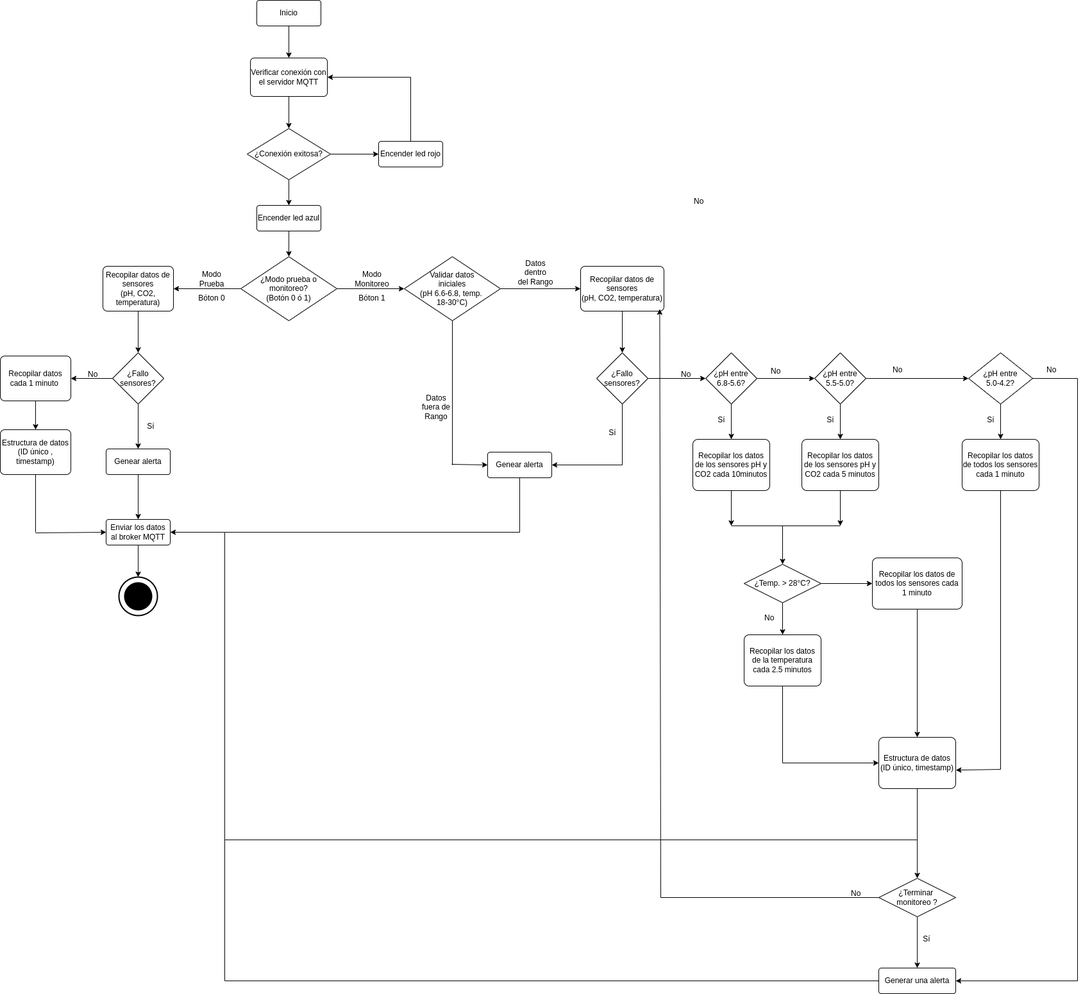
The draw.io diagram UML/Modulo1/Diseno/diagrama.drawio.png in miicxitl-kin/Proyecto-Terminal-1-y-2, before a commit. Source tidied: cells renumbered, new cells last; positions are measured from the earlier drawing's top-left corner, leaving out a move shared by most shapes.
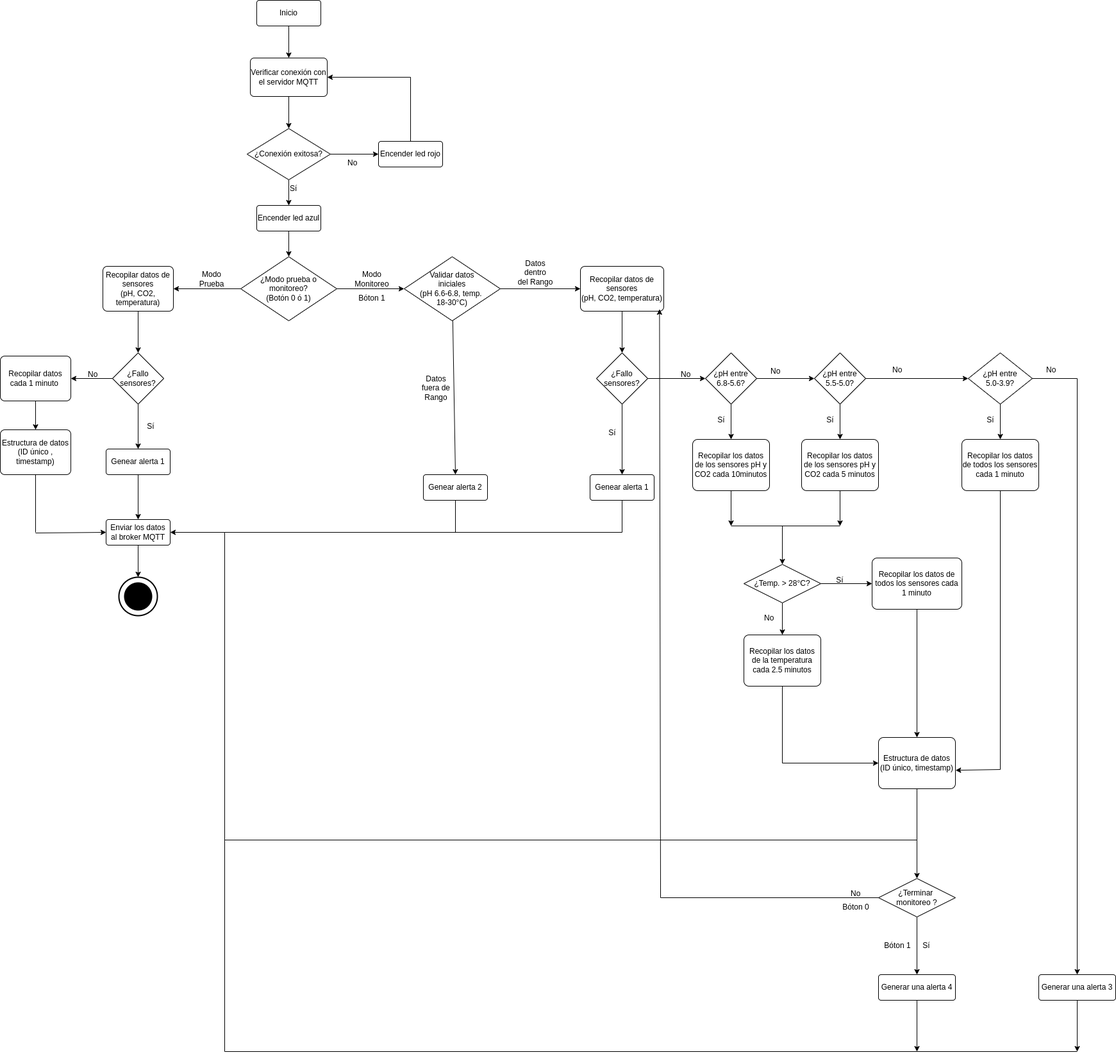
Later version of the same file.

The edit, as a diff of the source:
```diff
@@ -66,7 +66,7 @@
       <mxGeometry x="300" y="420" width="60" height="30" as="geometry" />
     </mxCell>
     <mxCell id="21" value="Bóton 0" style="text;html=1;align=center;verticalAlign=middle;whiteSpace=wrap;rounded=0;" parent="1" vertex="1">
-      <mxGeometry x="300" y="450" width="60" height="30" as="geometry" />
+      <mxGeometry x="1305" y="1400" width="60" height="30" as="geometry" />
     </mxCell>
     <mxCell id="22" value="Estructura de datos&lt;div&gt;&lt;font style=&quot;color: rgb(0, 0, 0);&quot;&gt;(ID único , timestamp)&lt;/font&gt;&lt;/div&gt;" style="rounded=1;arcSize=10;whiteSpace=wrap;html=1;align=center;" parent="1" vertex="1">
       <mxGeometry y="670" width="110" height="70" as="geometry" />
@@ -83,7 +83,7 @@
     <mxCell id="26" style="edgeStyle=none;html=1;entryX=0.5;entryY=0;entryDx=0;entryDy=0;" parent="1" edge="1" source="27" target="31">
       <mxGeometry relative="1" as="geometry" />
     </mxCell>
-    <mxCell id="27" value="Genear alerta" style="rounded=1;arcSize=10;whiteSpace=wrap;html=1;align=center;" parent="1" vertex="1">
+    <mxCell id="27" value="Genear alerta 1" style="rounded=1;arcSize=10;whiteSpace=wrap;html=1;align=center;" parent="1" vertex="1">
       <mxGeometry x="165" y="700" width="100" height="40" as="geometry" />
     </mxCell>
     <mxCell id="28" style="edgeStyle=none;html=1;entryX=0.5;entryY=0;entryDx=0;entryDy=0;" parent="1" edge="1" source="29" target="22">
@@ -126,6 +126,9 @@
     <mxCell id="39" style="edgeStyle=none;html=1;entryX=0;entryY=0.5;entryDx=0;entryDy=0;" parent="1" edge="1" source="40" target="42">
       <mxGeometry relative="1" as="geometry" />
     </mxCell>
+    <mxCell id="105" style="edgeStyle=none;html=1;entryX=0.5;entryY=0;entryDx=0;entryDy=0;" parent="1" edge="1" source="40" target="47">
+      <mxGeometry relative="1" as="geometry" />
+    </mxCell>
     <mxCell id="40" value="&lt;span style=&quot;color: rgb(0, 0, 0);&quot;&gt;Validar datos&lt;/span&gt;&lt;div&gt;&lt;span style=&quot;color: rgb(0, 0, 0);&quot;&gt;&amp;nbsp;iniciales&amp;nbsp;&lt;/span&gt;&lt;/div&gt;&lt;div&gt;&lt;span style=&quot;color: rgb(0, 0, 0);&quot;&gt;(pH 6.6-6.8,&amp;nbsp;&lt;/span&gt;&lt;span style=&quot;background-color: transparent;&quot;&gt;&lt;font style=&quot;color: rgb(0, 0, 0);&quot;&gt;temp&lt;/font&gt;.&amp;nbsp;&lt;/span&gt;&lt;/div&gt;&lt;div&gt;&lt;span style=&quot;color: rgb(0, 0, 0);&quot;&gt;18-30°C)&lt;/span&gt;&lt;/div&gt;" style="shape=rhombus;perimeter=rhombusPerimeter;whiteSpace=wrap;html=1;align=center;" parent="1" vertex="1">
       <mxGeometry x="630" y="400" width="150" height="100" as="geometry" />
     </mxCell>
@@ -136,7 +139,7 @@
       <mxGeometry x="905" y="415" width="130" height="70" as="geometry" />
     </mxCell>
     <mxCell id="43" value="&lt;font style=&quot;color: rgb(0, 0, 0);&quot;&gt;Datos&lt;/font&gt;&lt;div&gt;&lt;font style=&quot;color: rgb(0, 0, 0);&quot;&gt;fuera de Rango&lt;/font&gt;&lt;/div&gt;" style="text;html=1;align=center;verticalAlign=middle;whiteSpace=wrap;rounded=0;" parent="1" vertex="1">
-      <mxGeometry x="650" y="620" width="60" height="30" as="geometry" />
+      <mxGeometry x="650" y="590" width="60" height="30" as="geometry" />
     </mxCell>
     <mxCell id="44" value="&lt;font style=&quot;color: rgb(0, 0, 0);&quot;&gt;Datos&lt;/font&gt;&lt;div&gt;&lt;font style=&quot;color: rgb(0, 0, 0);&quot;&gt;dentro&lt;/font&gt;&lt;/div&gt;&lt;div&gt;&lt;font style=&quot;color: rgb(0, 0, 0);&quot;&gt;del Rango&lt;/font&gt;&lt;/div&gt;" style="text;html=1;align=center;verticalAlign=middle;whiteSpace=wrap;rounded=0;" parent="1" vertex="1">
       <mxGeometry x="790" y="410" width="90" height="30" as="geometry" />
@@ -144,11 +147,14 @@
     <mxCell id="45" style="edgeStyle=none;html=1;entryX=0;entryY=0.5;entryDx=0;entryDy=0;" parent="1" edge="1" source="46" target="51">
       <mxGeometry relative="1" as="geometry" />
     </mxCell>
+    <mxCell id="106" style="edgeStyle=none;html=1;" parent="1" edge="1" source="46" target="110">
+      <mxGeometry relative="1" as="geometry" />
+    </mxCell>
     <mxCell id="46" value="¿Fallo sensores?" style="rhombus;whiteSpace=wrap;html=1;" parent="1" vertex="1">
       <mxGeometry x="930" y="550" width="80" height="80" as="geometry" />
     </mxCell>
-    <mxCell id="47" value="Genear alerta" style="rounded=1;arcSize=10;whiteSpace=wrap;html=1;align=center;" parent="1" vertex="1">
-      <mxGeometry x="760" y="705" width="100" height="40" as="geometry" />
+    <mxCell id="47" value="Genear alerta 2" style="rounded=1;arcSize=10;whiteSpace=wrap;html=1;align=center;" parent="1" vertex="1">
+      <mxGeometry x="660" y="740" width="100" height="40" as="geometry" />
     </mxCell>
     <mxCell id="48" value="Sí" style="text;html=1;align=center;verticalAlign=middle;whiteSpace=wrap;rounded=0;" parent="1" vertex="1">
       <mxGeometry x="940" y="660" width="30" height="30" as="geometry" />
@@ -174,7 +180,7 @@
     <mxCell id="55" style="edgeStyle=none;html=1;entryX=0.5;entryY=0;entryDx=0;entryDy=0;" parent="1" edge="1" source="56" target="61">
       <mxGeometry relative="1" as="geometry" />
     </mxCell>
-    <mxCell id="56" value="&lt;font style=&quot;color: rgb(0, 0, 0);&quot;&gt;¿pH entre&lt;/font&gt;&lt;div&gt;&lt;font color=&quot;#000000&quot;&gt;5.0-4.2?&lt;/font&gt;&lt;/div&gt;" style="rhombus;whiteSpace=wrap;html=1;" parent="1" vertex="1">
+    <mxCell id="56" value="&lt;font style=&quot;color: rgb(0, 0, 0);&quot;&gt;¿pH entre&lt;/font&gt;&lt;div&gt;&lt;font color=&quot;#000000&quot;&gt;5.0-3.9?&lt;/font&gt;&lt;/div&gt;" style="rhombus;whiteSpace=wrap;html=1;" parent="1" vertex="1">
       <mxGeometry x="1510" y="550" width="100" height="80" as="geometry" />
     </mxCell>
     <mxCell id="57" style="edgeStyle=none;html=1;" parent="1" edge="1" source="58">
@@ -206,7 +212,7 @@
       <mxGeometry x="1530" y="640" width="30" height="30" as="geometry" />
     </mxCell>
     <mxCell id="65" value="&lt;div style=&quot;text-align: center;&quot;&gt;&lt;span style=&quot;background-color: transparent;&quot;&gt;No&lt;/span&gt;&lt;/div&gt;" style="text;whiteSpace=wrap;html=1;" parent="1" vertex="1">
-      <mxGeometry x="1080" y="300" width="40" height="30" as="geometry" />
+      <mxGeometry x="540" y="240" width="30" height="30" as="geometry" />
     </mxCell>
     <mxCell id="66" value="&lt;div style=&quot;text-align: center;&quot;&gt;&lt;span style=&quot;background-color: transparent;&quot;&gt;No&lt;/span&gt;&lt;/div&gt;" style="text;whiteSpace=wrap;html=1;" parent="1" vertex="1">
       <mxGeometry x="1200" y="565" width="40" height="20" as="geometry" />
@@ -244,7 +250,7 @@
       <mxGeometry x="1360" y="870" width="140" height="80" as="geometry" />
     </mxCell>
     <mxCell id="76" value="Sí" style="text;html=1;align=center;verticalAlign=middle;whiteSpace=wrap;rounded=0;" parent="1" vertex="1">
-      <mxGeometry x="1430" y="1450" width="30" height="30" as="geometry" />
+      <mxGeometry x="1430" y="1460" width="30" height="30" as="geometry" />
     </mxCell>
     <mxCell id="77" value="&lt;div style=&quot;text-align: center;&quot;&gt;&lt;span style=&quot;background-color: transparent;&quot;&gt;No&lt;/span&gt;&lt;/div&gt;" style="text;whiteSpace=wrap;html=1;" parent="1" vertex="1">
       <mxGeometry x="1190" y="950" width="40" height="20" as="geometry" />
@@ -275,14 +281,19 @@
         <mxPoint x="1560" y="1200" as="sourcePoint" />
       </mxGeometry>
     </mxCell>
-    <mxCell id="84" style="edgeStyle=none;html=1;entryX=0.5;entryY=0;entryDx=0;entryDy=0;" parent="1" edge="1" source="85" target="86">
-      <mxGeometry relative="1" as="geometry" />
-    </mxCell>
+    <mxCell id="107" style="edgeStyle=none;html=1;entryX=0.5;entryY=0;entryDx=0;entryDy=0;" parent="1" edge="1" source="85" target="115">
+      <mxGeometry relative="1" as="geometry" />
+    </mxCell>
     <mxCell id="85" value="¿Terminar&amp;nbsp;&lt;div&gt;&lt;font style=&quot;color: rgb(0, 0, 0);&quot;&gt;monitoreo&lt;/font&gt; ?&lt;/div&gt;" style="shape=rhombus;perimeter=rhombusPerimeter;whiteSpace=wrap;html=1;align=center;" parent="1" vertex="1">
       <mxGeometry x="1370" y="1370" width="120" height="60" as="geometry" />
     </mxCell>
+    <mxCell id="108" style="edgeStyle=none;html=1;" parent="1" edge="1" source="86">
+      <mxGeometry relative="1" as="geometry">
+        <mxPoint x="1680" y="1640" as="targetPoint" />
+      </mxGeometry>
+    </mxCell>
-    <mxCell id="86" value="Generar una alerta" style="rounded=1;arcSize=10;whiteSpace=wrap;html=1;align=center;" parent="1" vertex="1">
-      <mxGeometry x="1370" y="1510" width="120" height="40" as="geometry" />
+    <mxCell id="86" value="Generar una alerta 3" style="rounded=1;arcSize=10;whiteSpace=wrap;html=1;align=center;" parent="1" vertex="1">
+      <mxGeometry x="1620" y="1520" width="120" height="40" as="geometry" />
     </mxCell>
     <mxCell id="87" value="&lt;div style=&quot;text-align: center;&quot;&gt;&lt;span style=&quot;background-color: transparent;&quot;&gt;No&lt;/span&gt;&lt;/div&gt;" style="text;whiteSpace=wrap;html=1;" parent="1" vertex="1">
       <mxGeometry x="1060" y="570" width="40" height="20" as="geometry" />
@@ -306,14 +317,15 @@
         <mxPoint x="1430" y="1310" as="targetPoint" />
       </mxGeometry>
     </mxCell>
-    <mxCell id="92" style="endArrow=none;html=1;entryX=0;entryY=0.5;entryDx=0;entryDy=0;" parent="1" edge="1" target="86">
+    <mxCell id="92" style="endArrow=none;html=1;" parent="1" edge="1">
       <mxGeometry relative="1" as="geometry">
-        <mxPoint x="350" y="1530" as="sourcePoint" />
+        <mxPoint x="350" y="1640" as="sourcePoint" />
+        <mxPoint x="1680" y="1640" as="targetPoint" />
       </mxGeometry>
     </mxCell>
     <mxCell id="93" style="endArrow=none;html=1;" parent="1" edge="1">
       <mxGeometry relative="1" as="geometry">
-        <mxPoint x="350" y="1530" as="sourcePoint" />
+        <mxPoint x="350" y="1640" as="sourcePoint" />
         <mxPoint x="350" y="830" as="targetPoint" />
       </mxGeometry>
     </mxCell>
@@ -325,52 +337,51 @@
     <mxCell id="95" style="endArrow=none;html=1;" parent="1" edge="1">
       <mxGeometry relative="1" as="geometry">
         <mxPoint x="350" y="830" as="sourcePoint" />
-        <mxPoint x="810" y="830" as="targetPoint" />
+        <mxPoint x="970" y="830" as="targetPoint" />
       </mxGeometry>
     </mxCell>
-    <mxCell id="96" style="endArrow=none;html=1;entryX=0.5;entryY=1;entryDx=0;entryDy=0;" parent="1" edge="1" target="40">
-      <mxGeometry relative="1" as="geometry">
-        <mxPoint x="705" y="725" as="sourcePoint" />
-      </mxGeometry>
-    </mxCell>
-    <mxCell id="97" style="endArrow=none;html=1;entryX=0.5;entryY=1;entryDx=0;entryDy=0;" parent="1" edge="1" target="46">
-      <mxGeometry relative="1" as="geometry">
-        <mxPoint x="970" y="725" as="sourcePoint" />
-      </mxGeometry>
-    </mxCell>
-    <mxCell id="98" style="endArrow=classic;html=1;entryX=1;entryY=0.5;entryDx=0;entryDy=0;" parent="1" edge="1" target="47">
-      <mxGeometry relative="1" as="geometry">
-        <mxPoint x="970" y="725" as="sourcePoint" />
-      </mxGeometry>
-    </mxCell>
-    <mxCell id="99" style="endArrow=classic;html=1;entryX=0;entryY=0.5;entryDx=0;entryDy=0;" parent="1" edge="1" target="47">
-      <mxGeometry relative="1" as="geometry">
-        <mxPoint x="704" y="724" as="sourcePoint" />
-      </mxGeometry>
-    </mxCell>
-    <mxCell id="100" style="endArrow=none;html=1;entryX=0.5;entryY=1;entryDx=0;entryDy=0;" parent="1" edge="1" target="47">
-      <mxGeometry relative="1" as="geometry">
-        <mxPoint x="810" y="830" as="sourcePoint" />
-      </mxGeometry>
-    </mxCell>
     <mxCell id="101" style="endArrow=none;html=1;entryX=1;entryY=0.5;entryDx=0;entryDy=0;" parent="1" edge="1" target="56">
       <mxGeometry relative="1" as="geometry">
         <mxPoint x="1680" y="590" as="sourcePoint" />
       </mxGeometry>
     </mxCell>
-    <mxCell id="102" style="endArrow=none;html=1;" parent="1" edge="1">
-      <mxGeometry relative="1" as="geometry">
-        <mxPoint x="1680" y="1530" as="sourcePoint" />
-        <mxPoint x="1680" y="590" as="targetPoint" />
-      </mxGeometry>
-    </mxCell>
-    <mxCell id="103" style="endArrow=classic;html=1;entryX=1;entryY=0.5;entryDx=0;entryDy=0;" parent="1" edge="1" target="86">
-      <mxGeometry relative="1" as="geometry">
-        <mxPoint x="1680" y="1530" as="sourcePoint" />
-      </mxGeometry>
-    </mxCell>
     <mxCell id="104" value="&lt;div style=&quot;text-align: center;&quot;&gt;&lt;span style=&quot;background-color: transparent;&quot;&gt;No&lt;/span&gt;&lt;/div&gt;" style="text;whiteSpace=wrap;html=1;" parent="1" vertex="1">
       <mxGeometry x="1630" y="562.5" width="40" height="25" as="geometry" />
     </mxCell>
+    <mxCell id="109" value="&lt;div style=&quot;text-align: center;&quot;&gt;Sí&lt;/div&gt;" style="text;whiteSpace=wrap;html=1;" parent="1" vertex="1">
+      <mxGeometry x="450" y="280" width="30" height="30" as="geometry" />
+    </mxCell>
+    <mxCell id="110" value="Genear alerta 1" style="rounded=1;arcSize=10;whiteSpace=wrap;html=1;align=center;" parent="1" vertex="1">
+      <mxGeometry x="920" y="740" width="100" height="40" as="geometry" />
+    </mxCell>
+    <mxCell id="111" style="endArrow=none;html=1;entryX=0.5;entryY=1;entryDx=0;entryDy=0;" parent="1" edge="1" target="47">
+      <mxGeometry relative="1" as="geometry">
+        <mxPoint x="710" y="830" as="sourcePoint" />
+      </mxGeometry>
+    </mxCell>
+    <mxCell id="112" style="endArrow=none;html=1;entryX=0.5;entryY=1;entryDx=0;entryDy=0;" parent="1" edge="1" target="110">
+      <mxGeometry relative="1" as="geometry">
+        <mxPoint x="970" y="830" as="sourcePoint" />
+      </mxGeometry>
+    </mxCell>
+    <mxCell id="113" value="Sí" style="text;html=1;align=center;verticalAlign=middle;whiteSpace=wrap;rounded=0;" parent="1" vertex="1">
+      <mxGeometry x="1295" y="890" width="30" height="30" as="geometry" />
+    </mxCell>
+    <mxCell id="114" style="edgeStyle=none;html=1;" parent="1" edge="1" source="115">
+      <mxGeometry relative="1" as="geometry">
+        <mxPoint x="1430" y="1640" as="targetPoint" />
+      </mxGeometry>
+    </mxCell>
+    <mxCell id="115" value="Generar una alerta 4" style="rounded=1;arcSize=10;whiteSpace=wrap;html=1;align=center;" parent="1" vertex="1">
+      <mxGeometry x="1370" y="1520" width="120" height="40" as="geometry" />
+    </mxCell>
+    <mxCell id="116" style="endArrow=classic;html=1;entryX=0.5;entryY=0;entryDx=0;entryDy=0;" parent="1" edge="1" target="86">
+      <mxGeometry relative="1" as="geometry">
+        <mxPoint x="1680" y="590" as="sourcePoint" />
+      </mxGeometry>
+    </mxCell>
+    <mxCell id="117" value="Bóton 1" style="text;html=1;align=center;verticalAlign=middle;whiteSpace=wrap;rounded=0;" parent="1" vertex="1">
+      <mxGeometry x="1370" y="1460" width="60" height="30" as="geometry" />
+    </mxCell>
   </root>
 </mxGraphModel>
```
